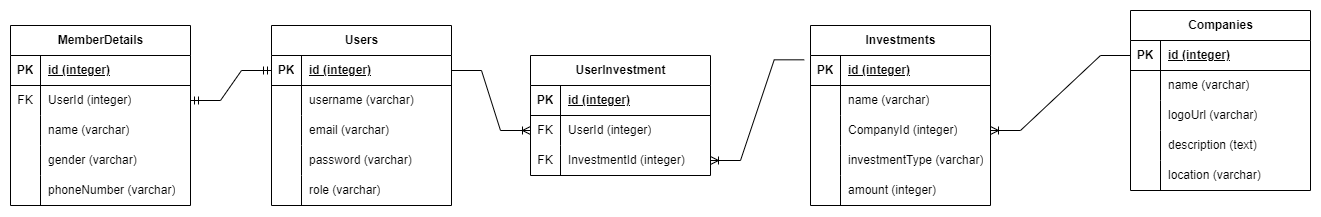
The draw.io diagram Skema ERD.png in Firkhie/H8-P1-PairProject-Firdig-Annisa, before a commit. Source tidied: cells renumbered, new cells last; positions are measured from the earlier drawing's top-left corner, leaving out a move shared by most shapes.
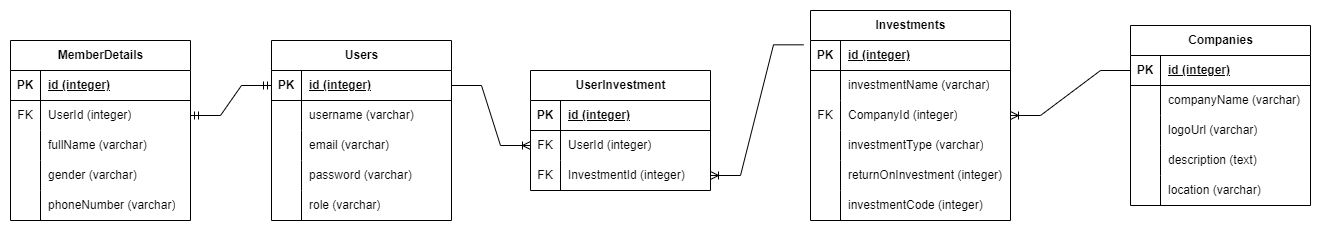
After the commit.

Change to the diagram source:
```diff
@@ -77,7 +77,7 @@
     <mxCell id="26" style="shape=partialRectangle;fillColor=none;top=0;left=0;bottom=0;right=0;overflow=hidden;whiteSpace=wrap;html=1;" parent="25" vertex="1">
       <mxGeometry width="30" height="30" as="geometry" />
     </mxCell>
-    <mxCell id="27" value="name (varchar)" style="shape=partialRectangle;fillColor=none;top=0;left=0;bottom=0;right=0;align=left;spacingLeft=6;overflow=hidden;whiteSpace=wrap;html=1;" parent="25" vertex="1">
+    <mxCell id="27" value="fullName (varchar)" style="shape=partialRectangle;fillColor=none;top=0;left=0;bottom=0;right=0;align=left;spacingLeft=6;overflow=hidden;whiteSpace=wrap;html=1;" parent="25" vertex="1">
       <mxGeometry x="30" width="150" height="30" as="geometry" />
     </mxCell>
     <mxCell id="28" style="shape=tableRow;horizontal=0;startSize=0;swimlaneHead=0;swimlaneBody=0;fillColor=none;top=0;left=0;right=0;bottom=0;" parent="18" vertex="1">
@@ -116,7 +116,7 @@
     <mxCell id="39" style="shape=partialRectangle;fillColor=none;top=0;left=0;bottom=0;right=0;overflow=hidden;whiteSpace=wrap;html=1;" parent="38" vertex="1">
       <mxGeometry width="30" height="30" as="geometry" />
     </mxCell>
-    <mxCell id="40" value="name (varchar)" style="shape=partialRectangle;fillColor=none;top=0;left=0;bottom=0;right=0;align=left;spacingLeft=6;overflow=hidden;whiteSpace=wrap;html=1;" parent="38" vertex="1">
+    <mxCell id="40" value="companyName (varchar)" style="shape=partialRectangle;fillColor=none;top=0;left=0;bottom=0;right=0;align=left;spacingLeft=6;overflow=hidden;whiteSpace=wrap;html=1;" parent="38" vertex="1">
       <mxGeometry x="30" width="150" height="30" as="geometry" />
     </mxCell>
     <mxCell id="41" style="shape=tableRow;horizontal=0;startSize=0;swimlaneHead=0;swimlaneBody=0;fillColor=none;top=0;left=0;right=0;bottom=0;" parent="34" vertex="1">
@@ -186,53 +186,62 @@
       <mxGeometry relative="1" as="geometry" />
     </mxCell>
     <mxCell id="63" value="Investments" style="shape=table;startSize=30;rowLines=0;fontStyle=1;align=center;html=1;" parent="1" vertex="1">
-      <mxGeometry x="800" y="15" width="180" height="180" as="geometry" />
+      <mxGeometry x="800" y="-15" width="200" height="210" as="geometry" />
     </mxCell>
     <mxCell id="64" style="shape=tableRow;horizontal=0;startSize=0;swimlaneHead=0;swimlaneBody=0;fillColor=none;points=[[0,0.5],[1,0.5]];portConstraint=eastwest;top=0;left=0;right=0;bottom=1;" parent="63" vertex="1">
-      <mxGeometry y="30" width="180" height="30" as="geometry" />
+      <mxGeometry y="30" width="200" height="30" as="geometry" />
     </mxCell>
     <mxCell id="65" value="PK" style="shape=partialRectangle;fillColor=none;top=0;left=0;bottom=0;right=0;fontStyle=1;overflow=hidden;whiteSpace=wrap;html=1;" parent="64" vertex="1">
       <mxGeometry width="30" height="30" as="geometry" />
     </mxCell>
     <mxCell id="66" value="id&amp;nbsp;(integer)" style="shape=partialRectangle;fillColor=none;top=0;left=0;bottom=0;right=0;align=left;spacingLeft=6;fontStyle=5;overflow=hidden;whiteSpace=wrap;html=1;" parent="64" vertex="1">
-      <mxGeometry x="30" width="150" height="30" as="geometry" />
+      <mxGeometry x="30" width="170" height="30" as="geometry" />
     </mxCell>
     <mxCell id="67" style="shape=tableRow;horizontal=0;startSize=0;swimlaneHead=0;swimlaneBody=0;fillColor=none;top=0;left=0;right=0;bottom=0;" parent="63" vertex="1">
-      <mxGeometry y="60" width="180" height="30" as="geometry" />
+      <mxGeometry y="60" width="200" height="30" as="geometry" />
     </mxCell>
     <mxCell id="68" style="shape=partialRectangle;fillColor=none;top=0;left=0;bottom=0;right=0;overflow=hidden;whiteSpace=wrap;html=1;" parent="67" vertex="1">
       <mxGeometry width="30" height="30" as="geometry" />
     </mxCell>
-    <mxCell id="69" value="name (varchar)" style="shape=partialRectangle;fillColor=none;top=0;left=0;bottom=0;right=0;align=left;spacingLeft=6;overflow=hidden;whiteSpace=wrap;html=1;" parent="67" vertex="1">
-      <mxGeometry x="30" width="150" height="30" as="geometry" />
+    <mxCell id="69" value="investmentName (varchar)" style="shape=partialRectangle;fillColor=none;top=0;left=0;bottom=0;right=0;align=left;spacingLeft=6;overflow=hidden;whiteSpace=wrap;html=1;" parent="67" vertex="1">
+      <mxGeometry x="30" width="170" height="30" as="geometry" />
     </mxCell>
     <mxCell id="70" style="shape=tableRow;horizontal=0;startSize=0;swimlaneHead=0;swimlaneBody=0;fillColor=none;points=[[0,0.5],[1,0.5]];portConstraint=eastwest;top=0;left=0;right=0;bottom=0;" parent="63" vertex="1">
-      <mxGeometry y="90" width="180" height="30" as="geometry" />
+      <mxGeometry y="90" width="200" height="30" as="geometry" />
     </mxCell>
-    <mxCell id="71" style="shape=partialRectangle;fillColor=none;top=0;left=0;bottom=0;right=0;overflow=hidden;whiteSpace=wrap;html=1;" parent="70" vertex="1">
+    <mxCell id="71" value="FK" style="shape=partialRectangle;fillColor=none;top=0;left=0;bottom=0;right=0;overflow=hidden;whiteSpace=wrap;html=1;" parent="70" vertex="1">
       <mxGeometry width="30" height="30" as="geometry" />
     </mxCell>
     <mxCell id="72" value="CompanyId (integer)" style="shape=partialRectangle;fillColor=none;top=0;left=0;bottom=0;right=0;align=left;spacingLeft=6;overflow=hidden;whiteSpace=wrap;html=1;" parent="70" vertex="1">
-      <mxGeometry x="30" width="150" height="30" as="geometry" />
+      <mxGeometry x="30" width="170" height="30" as="geometry" />
     </mxCell>
     <mxCell id="73" style="shape=tableRow;horizontal=0;startSize=0;swimlaneHead=0;swimlaneBody=0;fillColor=none;top=0;left=0;right=0;bottom=0;" parent="63" vertex="1">
-      <mxGeometry y="120" width="180" height="30" as="geometry" />
+      <mxGeometry y="120" width="200" height="30" as="geometry" />
     </mxCell>
     <mxCell id="74" style="shape=partialRectangle;fillColor=none;top=0;left=0;bottom=0;right=0;overflow=hidden;whiteSpace=wrap;html=1;" parent="73" vertex="1">
       <mxGeometry width="30" height="30" as="geometry" />
     </mxCell>
     <mxCell id="75" value="investmentType (varchar)" style="shape=partialRectangle;fillColor=none;top=0;left=0;bottom=0;right=0;align=left;spacingLeft=6;overflow=hidden;whiteSpace=wrap;html=1;" parent="73" vertex="1">
-      <mxGeometry x="30" width="150" height="30" as="geometry" />
+      <mxGeometry x="30" width="170" height="30" as="geometry" />
     </mxCell>
     <mxCell id="76" style="shape=tableRow;horizontal=0;startSize=0;swimlaneHead=0;swimlaneBody=0;fillColor=none;top=0;left=0;right=0;bottom=0;" parent="63" vertex="1">
-      <mxGeometry y="150" width="180" height="30" as="geometry" />
+      <mxGeometry y="150" width="200" height="30" as="geometry" />
     </mxCell>
     <mxCell id="77" style="shape=partialRectangle;fillColor=none;top=0;left=0;bottom=0;right=0;overflow=hidden;whiteSpace=wrap;html=1;" parent="76" vertex="1">
       <mxGeometry width="30" height="30" as="geometry" />
     </mxCell>
-    <mxCell id="78" value="amount (integer)" style="shape=partialRectangle;fillColor=none;top=0;left=0;bottom=0;right=0;align=left;spacingLeft=6;overflow=hidden;whiteSpace=wrap;html=1;" parent="76" vertex="1">
-      <mxGeometry x="30" width="150" height="30" as="geometry" />
+    <mxCell id="78" value="returnOnInvestment (integer)" style="shape=partialRectangle;fillColor=none;top=0;left=0;bottom=0;right=0;align=left;spacingLeft=6;overflow=hidden;whiteSpace=wrap;html=1;" parent="76" vertex="1">
+      <mxGeometry x="30" width="170" height="30" as="geometry" />
     </mxCell>
+    <mxCell id="80" style="shape=tableRow;horizontal=0;startSize=0;swimlaneHead=0;swimlaneBody=0;fillColor=none;top=0;left=0;right=0;bottom=0;" parent="63" vertex="1">
+      <mxGeometry y="180" width="200" height="30" as="geometry" />
+    </mxCell>
+    <mxCell id="81" style="shape=partialRectangle;fillColor=none;top=0;left=0;bottom=0;right=0;overflow=hidden;whiteSpace=wrap;html=1;" parent="80" vertex="1">
+      <mxGeometry width="30" height="30" as="geometry" />
+    </mxCell>
+    <mxCell id="82" value="investmentCode (integer)" style="shape=partialRectangle;fillColor=none;top=0;left=0;bottom=0;right=0;align=left;spacingLeft=6;overflow=hidden;whiteSpace=wrap;html=1;" parent="80" vertex="1">
+      <mxGeometry x="30" width="170" height="30" as="geometry" />
+    </mxCell>
     <mxCell id="79" style="edgeStyle=entityRelationEdgeStyle;fontSize=12;html=1;endArrow=ERoneToMany;rounded=0;entryX=1;entryY=0.5;entryDx=0;entryDy=0;exitX=-0.035;exitY=0.144;exitDx=0;exitDy=0;exitPerimeter=0;" parent="1" edge="1" source="64" target="57">
       <mxGeometry relative="1" as="geometry" />
     </mxCell>
```
